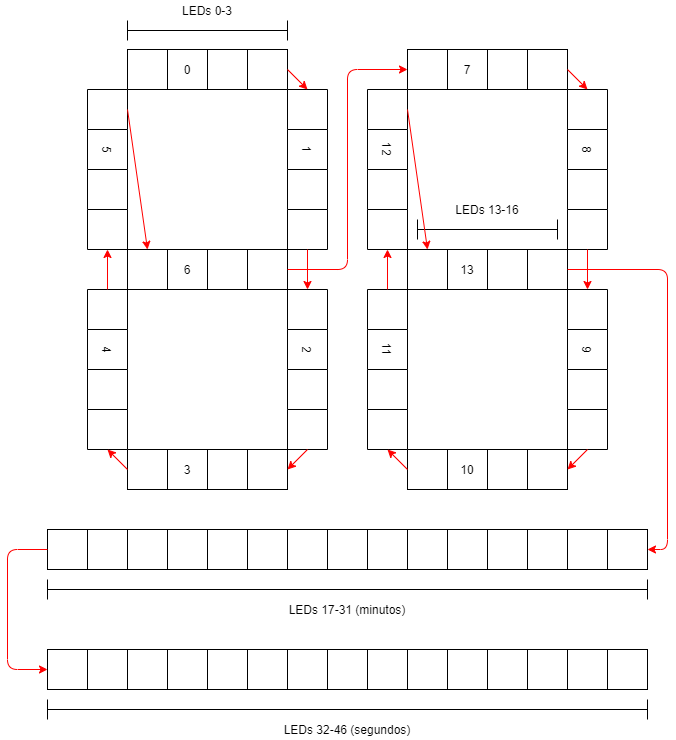
Earlier version of the draw.io export connections.png (IanDegaspari/led_clock). Source tidied: cells renumbered, new cells last; positions are measured from the earlier drawing's top-left corner, leaving out a move shared by most shapes.
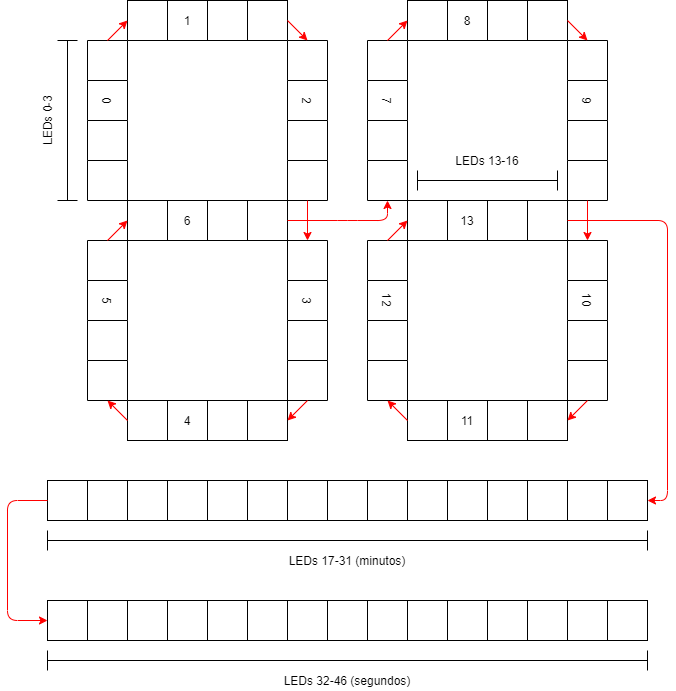
After the commit.

Commit message:
Corrigindo para ordem certa dos grupos

What changed in the source:
```diff
@@ -17,7 +17,7 @@
     <mxCell id="6" style="whiteSpace=wrap;html=1;" parent="2" vertex="1">
       <mxGeometry x="120" width="40" height="40" as="geometry" />
     </mxCell>
-    <mxCell id="7" value="0" style="text;html=1;strokeColor=none;fillColor=none;align=center;verticalAlign=middle;whiteSpace=wrap;rounded=0;" parent="2" vertex="1">
+    <mxCell id="7" value="1" style="text;html=1;strokeColor=none;fillColor=none;align=center;verticalAlign=middle;whiteSpace=wrap;rounded=0;" parent="2" vertex="1">
       <mxGeometry x="40" y="10" width="40" height="20" as="geometry" />
     </mxCell>
     <mxCell id="8" style="group;rotation=90;" parent="1" vertex="1">
@@ -35,7 +35,7 @@
     <mxCell id="12" style="whiteSpace=wrap;html=1;rotation=90;" parent="8" vertex="1">
       <mxGeometry x="60" y="60" width="40" height="40" as="geometry" />
     </mxCell>
-    <mxCell id="13" value="1" style="text;html=1;strokeColor=none;fillColor=none;align=center;verticalAlign=middle;whiteSpace=wrap;rounded=0;rotation=90;" parent="8" vertex="1">
+    <mxCell id="13" value="2" style="text;html=1;strokeColor=none;fillColor=none;align=center;verticalAlign=middle;whiteSpace=wrap;rounded=0;rotation=90;" parent="8" vertex="1">
       <mxGeometry x="60" y="-10" width="40" height="20" as="geometry" />
     </mxCell>
     <mxCell id="14" style="group;rotation=90;" parent="1" vertex="1">
@@ -53,7 +53,7 @@
     <mxCell id="18" style="whiteSpace=wrap;html=1;rotation=90;" parent="14" vertex="1">
       <mxGeometry x="60" y="60" width="40" height="40" as="geometry" />
     </mxCell>
-    <mxCell id="19" value="2" style="text;html=1;strokeColor=none;fillColor=none;align=center;verticalAlign=middle;whiteSpace=wrap;rounded=0;rotation=90;" parent="14" vertex="1">
+    <mxCell id="19" value="3" style="text;html=1;strokeColor=none;fillColor=none;align=center;verticalAlign=middle;whiteSpace=wrap;rounded=0;rotation=90;" parent="14" vertex="1">
       <mxGeometry x="60" y="-10" width="40" height="20" as="geometry" />
     </mxCell>
     <mxCell id="20" style="group;" parent="1" vertex="1">
@@ -71,7 +71,7 @@
     <mxCell id="24" style="whiteSpace=wrap;html=1;" parent="20" vertex="1">
       <mxGeometry x="120" width="40" height="40" as="geometry" />
     </mxCell>
-    <mxCell id="25" value="3" style="text;html=1;strokeColor=none;fillColor=none;align=center;verticalAlign=middle;whiteSpace=wrap;rounded=0;" parent="20" vertex="1">
+    <mxCell id="25" value="4" style="text;html=1;strokeColor=none;fillColor=none;align=center;verticalAlign=middle;whiteSpace=wrap;rounded=0;" parent="20" vertex="1">
       <mxGeometry x="40" y="10" width="40" height="20" as="geometry" />
     </mxCell>
     <mxCell id="26" style="group;rotation=90;" parent="1" vertex="1">
@@ -89,7 +89,7 @@
     <mxCell id="30" style="whiteSpace=wrap;html=1;rotation=90;" parent="26" vertex="1">
       <mxGeometry x="60" y="60" width="40" height="40" as="geometry" />
     </mxCell>
-    <mxCell id="31" value="4" style="text;html=1;strokeColor=none;fillColor=none;align=center;verticalAlign=middle;whiteSpace=wrap;rounded=0;rotation=90;" parent="26" vertex="1">
+    <mxCell id="31" value="5" style="text;html=1;strokeColor=none;fillColor=none;align=center;verticalAlign=middle;whiteSpace=wrap;rounded=0;rotation=90;" parent="26" vertex="1">
       <mxGeometry x="60" y="-10" width="40" height="20" as="geometry" />
     </mxCell>
     <mxCell id="32" style="group;rotation=90;" parent="1" vertex="1">
@@ -107,7 +107,7 @@
     <mxCell id="36" style="whiteSpace=wrap;html=1;rotation=90;" parent="32" vertex="1">
       <mxGeometry x="60" y="60" width="40" height="40" as="geometry" />
     </mxCell>
-    <mxCell id="37" value="5" style="text;html=1;strokeColor=none;fillColor=none;align=center;verticalAlign=middle;whiteSpace=wrap;rounded=0;rotation=90;" parent="32" vertex="1">
+    <mxCell id="37" value="0" style="text;html=1;strokeColor=none;fillColor=none;align=center;verticalAlign=middle;whiteSpace=wrap;rounded=0;rotation=90;" parent="32" vertex="1">
       <mxGeometry x="60" y="-10" width="40" height="20" as="geometry" />
     </mxCell>
     <mxCell id="38" style="group;" parent="1" vertex="1">
@@ -143,7 +143,7 @@
     <mxCell id="48" style="whiteSpace=wrap;html=1;" parent="44" vertex="1">
       <mxGeometry x="120" width="40" height="40" as="geometry" />
     </mxCell>
-    <mxCell id="49" value="7" style="text;html=1;strokeColor=none;fillColor=none;align=center;verticalAlign=middle;whiteSpace=wrap;rounded=0;" parent="44" vertex="1">
+    <mxCell id="49" value="8" style="text;html=1;strokeColor=none;fillColor=none;align=center;verticalAlign=middle;whiteSpace=wrap;rounded=0;" parent="44" vertex="1">
       <mxGeometry x="40" y="10" width="40" height="20" as="geometry" />
     </mxCell>
     <mxCell id="50" style="group;rotation=90;" parent="1" vertex="1">
@@ -161,7 +161,7 @@
     <mxCell id="54" style="whiteSpace=wrap;html=1;rotation=90;" parent="50" vertex="1">
       <mxGeometry x="60" y="60" width="40" height="40" as="geometry" />
     </mxCell>
-    <mxCell id="55" value="8" style="text;html=1;strokeColor=none;fillColor=none;align=center;verticalAlign=middle;whiteSpace=wrap;rounded=0;rotation=90;" parent="50" vertex="1">
+    <mxCell id="55" value="9" style="text;html=1;strokeColor=none;fillColor=none;align=center;verticalAlign=middle;whiteSpace=wrap;rounded=0;rotation=90;" parent="50" vertex="1">
       <mxGeometry x="60" y="-10" width="40" height="20" as="geometry" />
     </mxCell>
     <mxCell id="56" style="group;rotation=90;" parent="1" vertex="1">
@@ -179,7 +179,7 @@
     <mxCell id="60" style="whiteSpace=wrap;html=1;rotation=90;" parent="56" vertex="1">
       <mxGeometry x="60" y="60" width="40" height="40" as="geometry" />
     </mxCell>
-    <mxCell id="61" value="9" style="text;html=1;strokeColor=none;fillColor=none;align=center;verticalAlign=middle;whiteSpace=wrap;rounded=0;rotation=90;" parent="56" vertex="1">
+    <mxCell id="61" value="10" style="text;html=1;strokeColor=none;fillColor=none;align=center;verticalAlign=middle;whiteSpace=wrap;rounded=0;rotation=90;" parent="56" vertex="1">
       <mxGeometry x="60" y="-10" width="40" height="20" as="geometry" />
     </mxCell>
     <mxCell id="62" style="group;" parent="1" vertex="1">
@@ -197,7 +197,7 @@
     <mxCell id="66" style="whiteSpace=wrap;html=1;" parent="62" vertex="1">
       <mxGeometry x="120" width="40" height="40" as="geometry" />
     </mxCell>
-    <mxCell id="67" value="10" style="text;html=1;strokeColor=none;fillColor=none;align=center;verticalAlign=middle;whiteSpace=wrap;rounded=0;" parent="62" vertex="1">
+    <mxCell id="67" value="11" style="text;html=1;strokeColor=none;fillColor=none;align=center;verticalAlign=middle;whiteSpace=wrap;rounded=0;" parent="62" vertex="1">
       <mxGeometry x="40" y="10" width="40" height="20" as="geometry" />
     </mxCell>
     <mxCell id="68" style="group;rotation=90;" parent="1" vertex="1">
@@ -215,7 +215,7 @@
     <mxCell id="72" style="whiteSpace=wrap;html=1;rotation=90;" parent="68" vertex="1">
       <mxGeometry x="60" y="60" width="40" height="40" as="geometry" />
     </mxCell>
-    <mxCell id="73" value="11" style="text;html=1;strokeColor=none;fillColor=none;align=center;verticalAlign=middle;whiteSpace=wrap;rounded=0;rotation=90;" parent="68" vertex="1">
+    <mxCell id="73" value="12" style="text;html=1;strokeColor=none;fillColor=none;align=center;verticalAlign=middle;whiteSpace=wrap;rounded=0;rotation=90;" parent="68" vertex="1">
       <mxGeometry x="60" y="-10" width="40" height="20" as="geometry" />
     </mxCell>
     <mxCell id="74" style="group;rotation=90;" parent="1" vertex="1">
@@ -233,7 +233,7 @@
     <mxCell id="78" style="whiteSpace=wrap;html=1;rotation=90;" parent="74" vertex="1">
       <mxGeometry x="60" y="60" width="40" height="40" as="geometry" />
     </mxCell>
-    <mxCell id="79" value="12" style="text;html=1;strokeColor=none;fillColor=none;align=center;verticalAlign=middle;whiteSpace=wrap;rounded=0;rotation=90;" parent="74" vertex="1">
+    <mxCell id="79" value="7" style="text;html=1;strokeColor=none;fillColor=none;align=center;verticalAlign=middle;whiteSpace=wrap;rounded=0;rotation=90;" parent="74" vertex="1">
       <mxGeometry x="60" y="-10" width="40" height="20" as="geometry" />
     </mxCell>
     <mxCell id="80" style="group;" parent="1" vertex="1">
@@ -254,14 +254,11 @@
     <mxCell id="85" value="13" style="text;html=1;strokeColor=none;fillColor=none;align=center;verticalAlign=middle;whiteSpace=wrap;rounded=0;" parent="80" vertex="1">
       <mxGeometry x="40" y="10" width="40" height="20" as="geometry" />
     </mxCell>
-    <mxCell id="86" style="group;" parent="1" vertex="1">
-      <mxGeometry x="120" width="160" height="40" as="geometry" />
+    <mxCell id="86" style="group;rotation=-90;" parent="1" vertex="1">
+      <mxGeometry x="-30" y="149" width="160" height="40" as="geometry" />
     </mxCell>
-    <mxCell id="87" style="shape=crossbar;whiteSpace=wrap;html=1;rounded=1;" parent="86" vertex="1">
-      <mxGeometry y="20" width="160" height="20" as="geometry" />
-    </mxCell>
-    <mxCell id="88" value="LEDs 0-3" style="text;html=1;strokeColor=none;fillColor=none;align=center;verticalAlign=middle;whiteSpace=wrap;rounded=0;" parent="86" vertex="1">
-      <mxGeometry width="160" height="20" as="geometry" />
+    <mxCell id="88" value="LEDs 0-3" style="text;html=1;strokeColor=none;fillColor=none;align=center;verticalAlign=middle;whiteSpace=wrap;rounded=0;rotation=-90;" parent="86" vertex="1">
+      <mxGeometry x="-10" y="10" width="160" height="20" as="geometry" />
     </mxCell>
     <mxCell id="89" style="group;" parent="1" vertex="1">
       <mxGeometry x="40" y="529" width="600" height="40" as="geometry" />
@@ -392,17 +389,18 @@
     <mxCell id="131" style="endArrow=classic;html=1;exitX=0;exitY=0.5;exitDx=0;exitDy=0;entryX=1;entryY=0.5;entryDx=0;entryDy=0;strokeColor=#FF0000;" parent="1" edge="1" source="21" target="30">
       <mxGeometry relative="1" as="geometry" />
     </mxCell>
-    <mxCell id="132" style="endArrow=classic;html=1;exitX=0;exitY=0.5;exitDx=0;exitDy=0;entryX=1;entryY=0.5;entryDx=0;entryDy=0;strokeColor=#FF0000;" parent="1" edge="1" source="27" target="36">
+    <mxCell id="132" style="endArrow=classic;html=1;exitX=0;exitY=0.5;exitDx=0;exitDy=0;entryX=0;entryY=0.5;entryDx=0;entryDy=0;strokeColor=#FF0000;" parent="1" edge="1" source="27" target="39">
       <mxGeometry relative="1" as="geometry" />
     </mxCell>
-    <mxCell id="133" style="endArrow=classic;html=1;exitX=0.5;exitY=0;exitDx=0;exitDy=0;entryX=0.5;entryY=0;entryDx=0;entryDy=0;strokeColor=#FF0000;" parent="1" edge="1" source="33" target="39">
+    <mxCell id="133" style="endArrow=classic;html=1;exitX=0;exitY=0.5;exitDx=0;exitDy=0;entryX=0;entryY=0.5;entryDx=0;entryDy=0;strokeColor=#FF0000;" parent="1" edge="1" source="33" target="3">
       <mxGeometry relative="1" as="geometry" />
     </mxCell>
-    <mxCell id="134" style="endArrow=classic;html=1;exitX=1;exitY=0.5;exitDx=0;exitDy=0;strokeColor=#FF0000;entryX=0;entryY=0.5;entryDx=0;entryDy=0;" parent="1" edge="1" source="42" target="45">
+    <mxCell id="134" style="endArrow=classic;html=1;exitX=1;exitY=0.5;exitDx=0;exitDy=0;strokeColor=#FF0000;" parent="1" edge="1" source="42">
       <mxGeometry relative="1" as="geometry">
+        <mxPoint x="380" y="249" as="targetPoint" />
         <Array as="points">
           <mxPoint x="340" y="269" />
-          <mxPoint x="340" y="69" />
+          <mxPoint x="380" y="269" />
         </Array>
       </mxGeometry>
     </mxCell>
@@ -418,10 +416,10 @@
     <mxCell id="138" style="endArrow=classic;html=1;exitX=0;exitY=0.5;exitDx=0;exitDy=0;entryX=1;entryY=0.5;entryDx=0;entryDy=0;strokeColor=#FF0000;" parent="1" edge="1" source="63" target="72">
       <mxGeometry relative="1" as="geometry" />
     </mxCell>
-    <mxCell id="139" style="endArrow=classic;html=1;exitX=0;exitY=0.5;exitDx=0;exitDy=0;entryX=1;entryY=0.5;entryDx=0;entryDy=0;strokeColor=#FF0000;" parent="1" edge="1" source="69" target="78">
+    <mxCell id="139" style="endArrow=classic;html=1;exitX=0;exitY=0.5;exitDx=0;exitDy=0;entryX=0;entryY=0.5;entryDx=0;entryDy=0;strokeColor=#FF0000;" parent="1" edge="1" source="69" target="81">
       <mxGeometry relative="1" as="geometry" />
     </mxCell>
-    <mxCell id="140" style="endArrow=classic;html=1;exitX=0.5;exitY=0;exitDx=0;exitDy=0;entryX=0.5;entryY=0;entryDx=0;entryDy=0;strokeColor=#FF0000;" parent="1" edge="1" source="75" target="81">
+    <mxCell id="140" style="endArrow=classic;html=1;exitX=0;exitY=0.5;exitDx=0;exitDy=0;entryX=0;entryY=0.5;entryDx=0;entryDy=0;strokeColor=#FF0000;" parent="1" edge="1" source="75" target="45">
       <mxGeometry relative="1" as="geometry" />
     </mxCell>
     <mxCell id="141" style="endArrow=classic;html=1;exitX=1;exitY=0.5;exitDx=0;exitDy=0;strokeColor=#FF0000;entryX=1;entryY=0.5;entryDx=0;entryDy=0;" parent="1" edge="1" source="84" target="104">
@@ -440,5 +438,8 @@
         </Array>
       </mxGeometry>
     </mxCell>
+    <mxCell id="87" style="shape=crossbar;whiteSpace=wrap;html=1;rounded=1;rotation=-90;" parent="1" vertex="1">
+      <mxGeometry x="-20" y="159" width="160" height="20" as="geometry" />
+    </mxCell>
   </root>
 </mxGraphModel>
```
